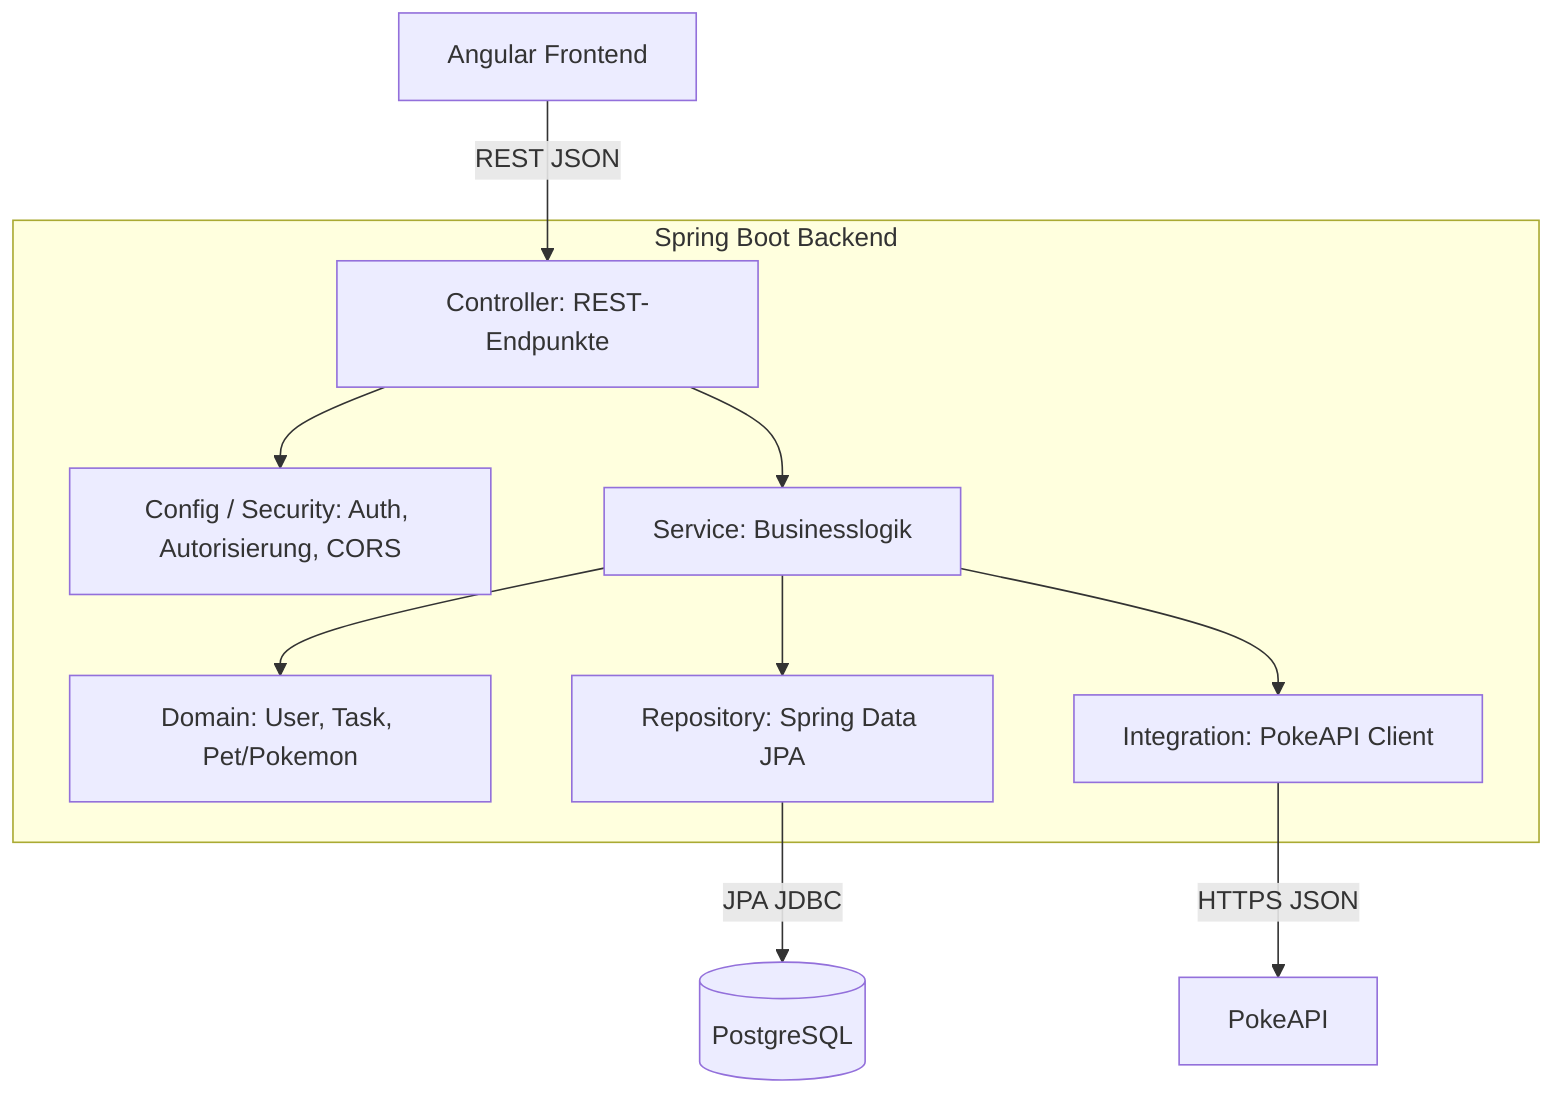
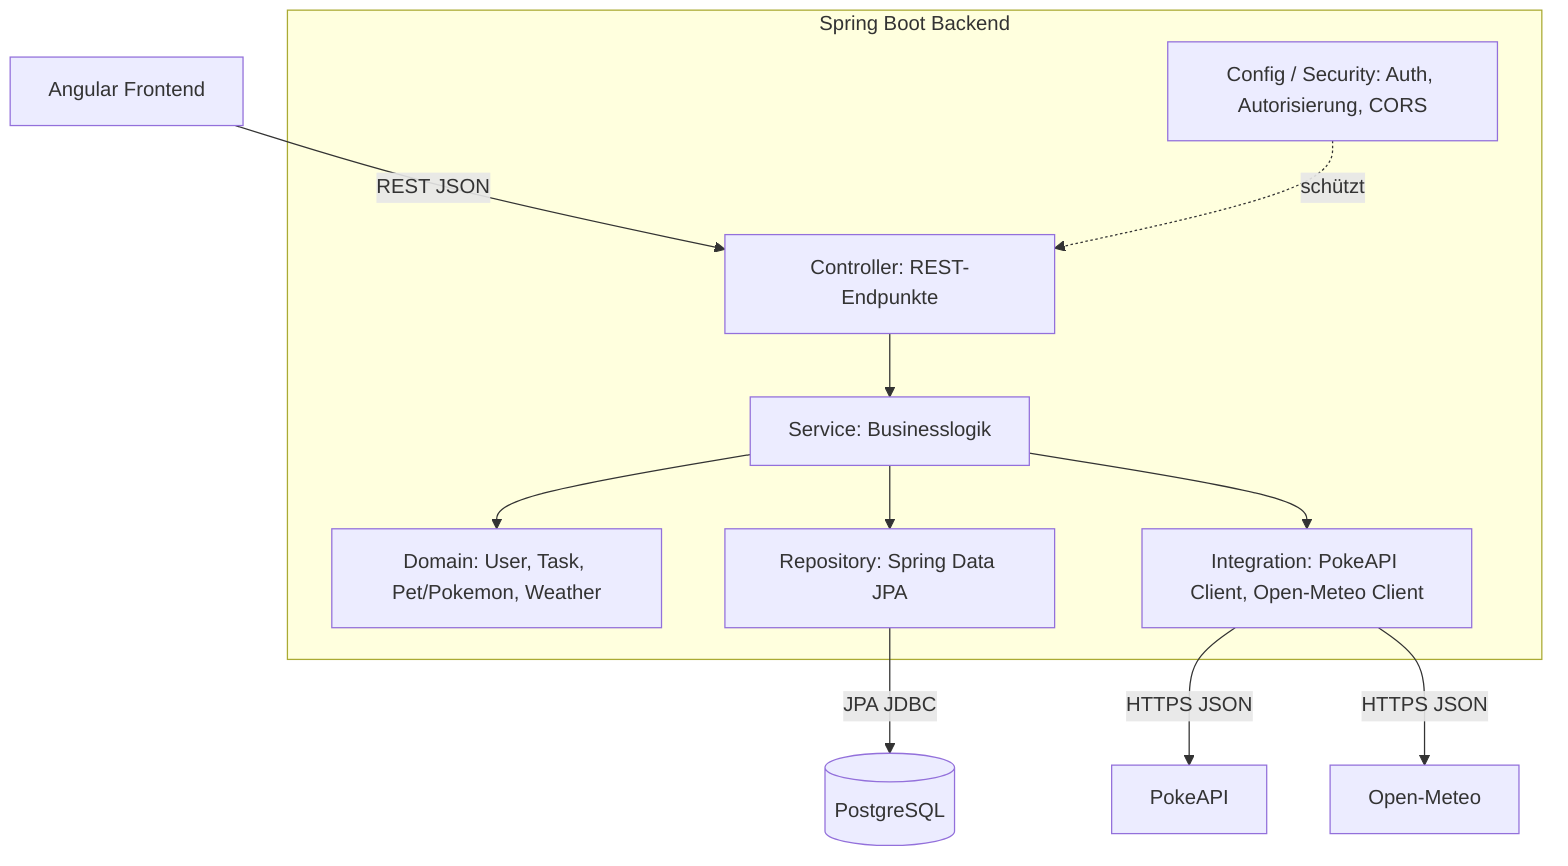
flowchart TB
    FE["Angular Frontend"]

    subgraph BACKEND["Spring Boot Backend"]
        CTRL["Controller: REST-Endpunkte"]
        SEC["Config / Security: Auth, Autorisierung, CORS"]
        SVC["Service: Businesslogik"]
-         DOM["Domain: User, Task, Pet/Pokemon"]
+         DOM["Domain: User, Task, Pet/Pokemon, Weather"]
        REPO["Repository: Spring Data JPA"]
-         INT["Integration: PokeAPI Client"]
+         INT["Integration: PokeAPI Client, Open-Meteo Client"]
    end

    DB[(PostgreSQL)]
    POKEAPI["PokeAPI"]
+     WEATHER["Open-Meteo"]

    FE -->|REST JSON| CTRL
-     CTRL --> SEC
+     SEC -. schützt .-> CTRL
    CTRL --> SVC
    SVC --> DOM
    SVC --> REPO
    SVC --> INT
    REPO -->|JPA JDBC| DB
    INT -->|HTTPS JSON| POKEAPI
+     INT -->|HTTPS JSON| WEATHER